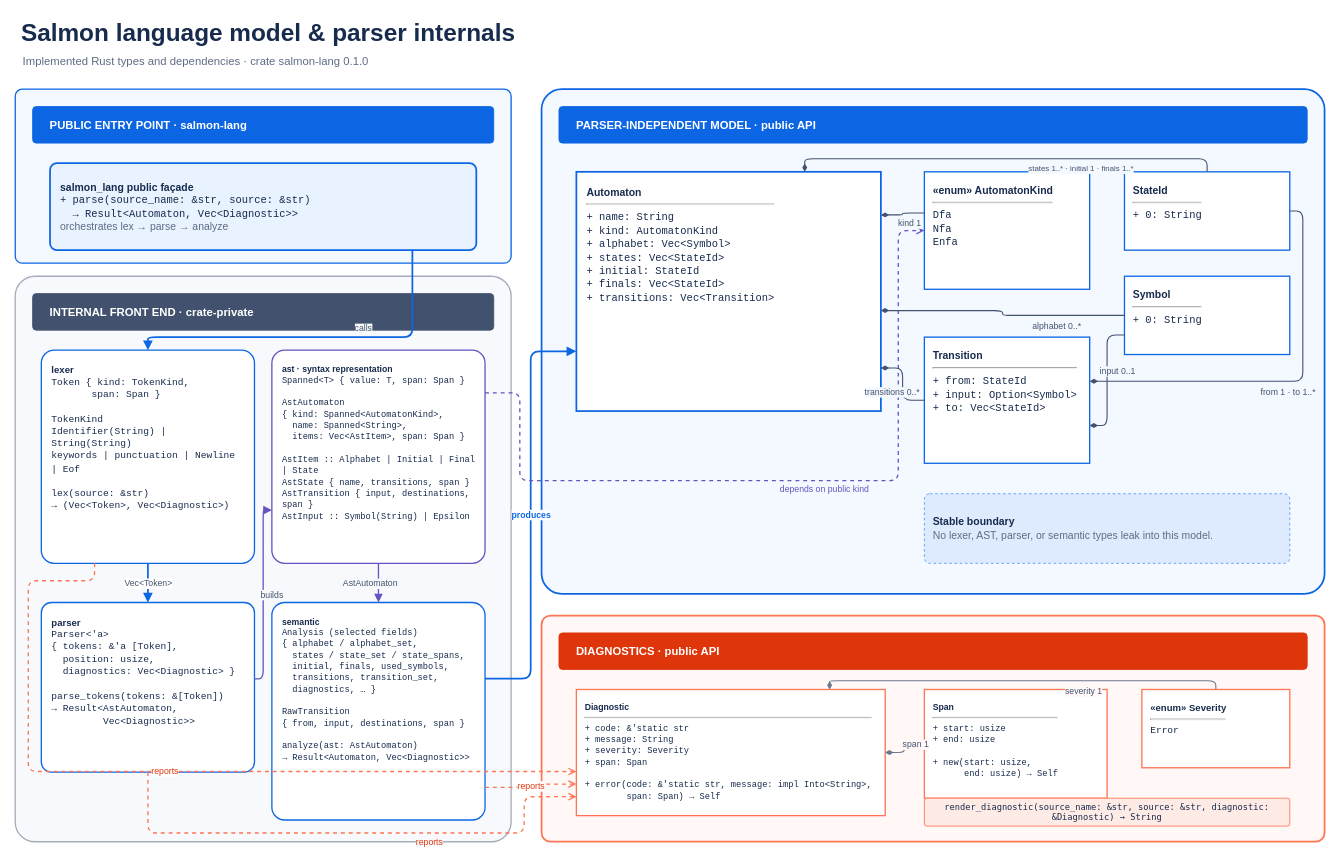
The draw.io diagram docs/diagrams/class-diagram.drawio in Matias-Sanmiguel/Salmon, before the edit. Source tidied: cells renumbered, new cells numbered last; positions are measured from the earlier drawing's top-left corner, leaving out a move shared by most shapes. Both pictures are drawn from the tidied source at 87%, with x=0, y=0 at pixel (15, 15).
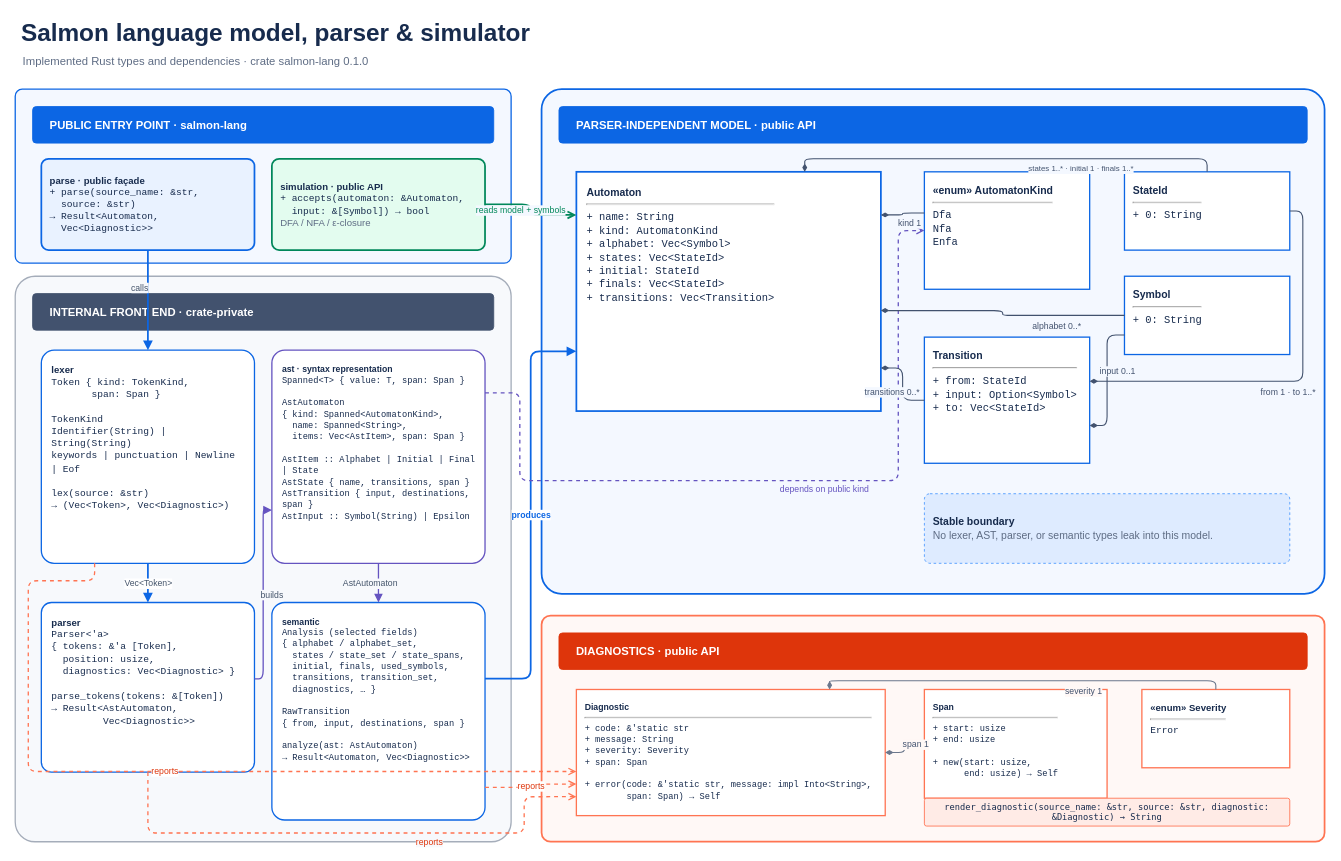
After the change.

Commit message (it also covers changes not shown here):
docs: document interactive Salmon simulation

Unchanged cells that the change refers to:
```xml
<mxCell id="9" value="&lt;div style=&quot;text-align:left&quot;&gt;&lt;b&gt;lexer&lt;/b&gt;&lt;br&gt;&lt;font face=&quot;monospace&quot;&gt;Token { kind: TokenKind,&lt;br&gt;&amp;nbsp;&amp;nbsp;&amp;nbsp;&amp;nbsp;&amp;nbsp;&amp;nbsp;&amp;nbsp;span: Span }&lt;br&gt;&lt;br&gt;TokenKind&lt;br&gt;Identifier(String) | String(String)&lt;br&gt;keywords | punctuation | Newline | Eof&lt;br&gt;&lt;br&gt;lex(source: &amp;amp;str)&lt;br&gt;→ (Vec&amp;lt;Token&amp;gt;, Vec&amp;lt;Diagnostic&amp;gt;)&lt;/font&gt;&lt;/div&gt;" style="rounded=1;whiteSpace=wrap;html=1;fillColor=#FFFFFF;strokeColor=#0C66E4;strokeWidth=1.5;fontColor=#172B4D;fontSize=11;align=left;verticalAlign=top;spacing=12;arcSize=6;" parent="1" vertex="1">
  <mxGeometry x="30" y="385" width="245" height="245" as="geometry" />
</mxCell>
<mxCell id="15" value="&lt;div style=&quot;text-align:left&quot;&gt;&lt;b&gt;Automaton&lt;/b&gt;&lt;hr&gt;&lt;font face=&quot;monospace&quot;&gt;+ name: String&lt;br&gt;+ kind: AutomatonKind&lt;br&gt;+ alphabet: Vec&amp;lt;Symbol&amp;gt;&lt;br&gt;+ states: Vec&amp;lt;StateId&amp;gt;&lt;br&gt;+ initial: StateId&lt;br&gt;+ finals: Vec&amp;lt;StateId&amp;gt;&lt;br&gt;+ transitions: Vec&amp;lt;Transition&amp;gt;&lt;/font&gt;&lt;/div&gt;" style="rounded=0;whiteSpace=wrap;html=1;fillColor=#FFFFFF;strokeColor=#0C66E4;strokeWidth=2;fontColor=#172B4D;fontSize=12;align=left;verticalAlign=top;spacing=12;" parent="1" vertex="1">
  <mxGeometry x="645" y="180" width="350" height="275" as="geometry" />
</mxCell>
```

Diff of the diagram source:
```diff
@@
-    <mxCell id="2" value="Salmon language model &amp;amp; parser internals" style="text;html=1;strokeColor=none;fillColor=none;align=left;verticalAlign=middle;fontSize=28;fontStyle=1;fontColor=#172B4D;" parent="1" vertex="1">
+    <mxCell id="2" value="Salmon language model, parser &amp;amp; simulator" style="text;html=1;strokeColor=none;fillColor=none;align=left;verticalAlign=middle;fontSize=28;fontStyle=1;fontColor=#172B4D;" parent="1" vertex="1">
       <mxGeometry x="5" width="900" height="40" as="geometry" />
     </mxCell>
@@
-    <mxCell id="8" value="&lt;div style=&quot;text-align:left&quot;&gt;&lt;b&gt;salmon_lang public façade&lt;/b&gt;&lt;br&gt;&lt;font face=&quot;monospace&quot;&gt;+ parse(source_name: &amp;amp;str, source: &amp;amp;str)&lt;br&gt;&amp;nbsp;&amp;nbsp;→ Result&amp;lt;Automaton, Vec&amp;lt;Diagnostic&amp;gt;&amp;gt;&lt;/font&gt;&lt;br&gt;&lt;font color=&quot;#5E6C84&quot;&gt;orchestrates lex → parse → analyze&lt;/font&gt;&lt;/div&gt;" style="rounded=1;whiteSpace=wrap;html=1;fillColor=#E9F2FF;strokeColor=#0C66E4;strokeWidth=2;fontColor=#172B4D;fontSize=12;align=left;verticalAlign=middle;spacing=12;arcSize=8;" parent="1" vertex="1">
-      <mxGeometry x="40" y="170" width="490" height="100" as="geometry" />
+    <mxCell id="8" value="&lt;div style=&quot;text-align:left&quot;&gt;&lt;b&gt;parse · public façade&lt;/b&gt;&lt;br&gt;&lt;font face=&quot;monospace&quot;&gt;+ parse(source_name: &amp;amp;str,&lt;br&gt;&amp;nbsp;&amp;nbsp;source: &amp;amp;str)&lt;br&gt;→ Result&amp;lt;Automaton,&lt;br&gt;&amp;nbsp;&amp;nbsp;Vec&amp;lt;Diagnostic&amp;gt;&amp;gt;&lt;/font&gt;&lt;/div&gt;" style="rounded=1;whiteSpace=wrap;html=1;fillColor=#E9F2FF;strokeColor=#0C66E4;strokeWidth=2;fontColor=#172B4D;fontSize=11;align=left;verticalAlign=middle;spacing=10;arcSize=8;" parent="1" vertex="1">
+      <mxGeometry x="30" y="165" width="245" height="105" as="geometry" />
     </mxCell>
+    <mxCell id="44" value="&lt;div style=&quot;text-align:left&quot;&gt;&lt;b&gt;simulation · public API&lt;/b&gt;&lt;br&gt;&lt;font face=&quot;monospace&quot;&gt;+ accepts(automaton: &amp;amp;Automaton,&lt;br&gt;&amp;nbsp;&amp;nbsp;input: &amp;amp;[Symbol]) → bool&lt;/font&gt;&lt;br&gt;&lt;font color=&quot;#5E6C84&quot;&gt;DFA / NFA / ε-closure&lt;/font&gt;&lt;/div&gt;" style="rounded=1;whiteSpace=wrap;html=1;fillColor=#E3FCEF;strokeColor=#00875A;strokeWidth=2;fontColor=#172B4D;fontSize=11;align=left;verticalAlign=middle;spacing=10;arcSize=8;" parent="1" vertex="1">
+      <mxGeometry x="295" y="165" width="245" height="105" as="geometry" />
+    </mxCell>
@@
-    <mxCell id="27" value="calls" style="edgeStyle=orthogonalEdgeStyle;rounded=1;jettySize=auto;html=1;strokeColor=#0C66E4;strokeWidth=2;endArrow=block;endFill=1;fontSize=10;fontColor=#44546A;labelBackgroundColor=#F7F9FC;exitX=0.85;exitY=1;exitDx=0;exitDy=0;entryX=0.5;entryY=0;entryDx=0;entryDy=0;" parent="1" edge="1" source="8" target="9">
-      <mxGeometry x="-0.25" y="-10" relative="1" as="geometry">
-        <Array as="points">
-          <mxPoint x="457" y="370" />
-          <mxPoint x="153" y="370" />
-        </Array>
-      </mxGeometry>
+    <mxCell id="27" value="calls" style="edgeStyle=orthogonalEdgeStyle;rounded=1;jettySize=auto;html=1;strokeColor=#0C66E4;strokeWidth=2;endArrow=block;endFill=1;fontSize=10;fontColor=#44546A;labelBackgroundColor=#F7F9FC;exitX=0.5;exitY=1;exitDx=0;exitDy=0;entryX=0.5;entryY=0;entryDx=0;entryDy=0;" parent="1" edge="1" source="8" target="9">
+      <mxGeometry x="-0.25" y="-10" relative="1" as="geometry" />
     </mxCell>
+    <mxCell id="45" value="reads model + symbols" style="edgeStyle=orthogonalEdgeStyle;rounded=1;jettySize=auto;html=1;strokeColor=#00875A;strokeWidth=2;endArrow=open;endFill=0;fontSize=10;fontColor=#00875A;labelBackgroundColor=#F4F8FF;exitX=1;exitY=0.5;exitDx=0;exitDy=0;entryX=0;entryY=0.18;entryDx=0;entryDy=0;" parent="1" edge="1" source="44" target="15">
+      <mxGeometry y="-12" relative="1" as="geometry" />
+    </mxCell>
```
